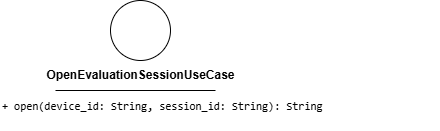
Before: src/PB/DocumentazioneEsterna/Specifica_Tecnica/content/uml/png/Session/OpenEvaluationSessionUseCase.png, a diagram exported from draw.io (GroupRubberDuck/Documentazione). Source tidied: cells renumbered, new cells last; positions are measured from the earlier drawing's top-left corner, leaving out a move shared by most shapes.
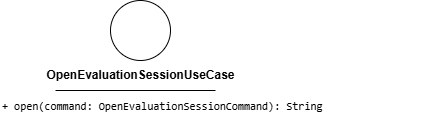
Later version of the same file.

Change to the diagram source:
```diff
@@ -26,7 +26,7 @@
         </Array>
       </mxGeometry>
     </mxCell>
-    <mxCell id="6" value="&lt;div style=&quot;font-family: Consolas, &amp;quot;Courier New&amp;quot;, monospace; font-weight: normal; line-height: 19px; white-space: pre;&quot;&gt;&lt;div style=&quot;&quot;&gt;&lt;span style=&quot;background-color: rgb(255, 255, 255);&quot;&gt;&lt;font style=&quot;color: rgb(0, 0, 0); font-size: 11px;&quot;&gt;+ open(device_id: String, session_id: String): String&lt;/font&gt;&lt;/span&gt;&lt;/div&gt;&lt;/div&gt;" style="text;whiteSpace=wrap;html=1;" parent="1" vertex="1">
+    <mxCell id="6" value="&lt;div style=&quot;font-family: Consolas, &amp;quot;Courier New&amp;quot;, monospace; font-weight: normal; line-height: 19px; white-space: pre;&quot;&gt;&lt;div style=&quot;&quot;&gt;&lt;span style=&quot;background-color: rgb(255, 255, 255);&quot;&gt;&lt;font style=&quot;color: rgb(0, 0, 0); font-size: 11px;&quot;&gt;+ open(command: OpenEvaluationSessionCommand): String&lt;/font&gt;&lt;/span&gt;&lt;/div&gt;&lt;/div&gt;" style="text;whiteSpace=wrap;html=1;" parent="1" vertex="1">
       <mxGeometry y="90" width="440" height="40" as="geometry" />
     </mxCell>
   </root>
```
